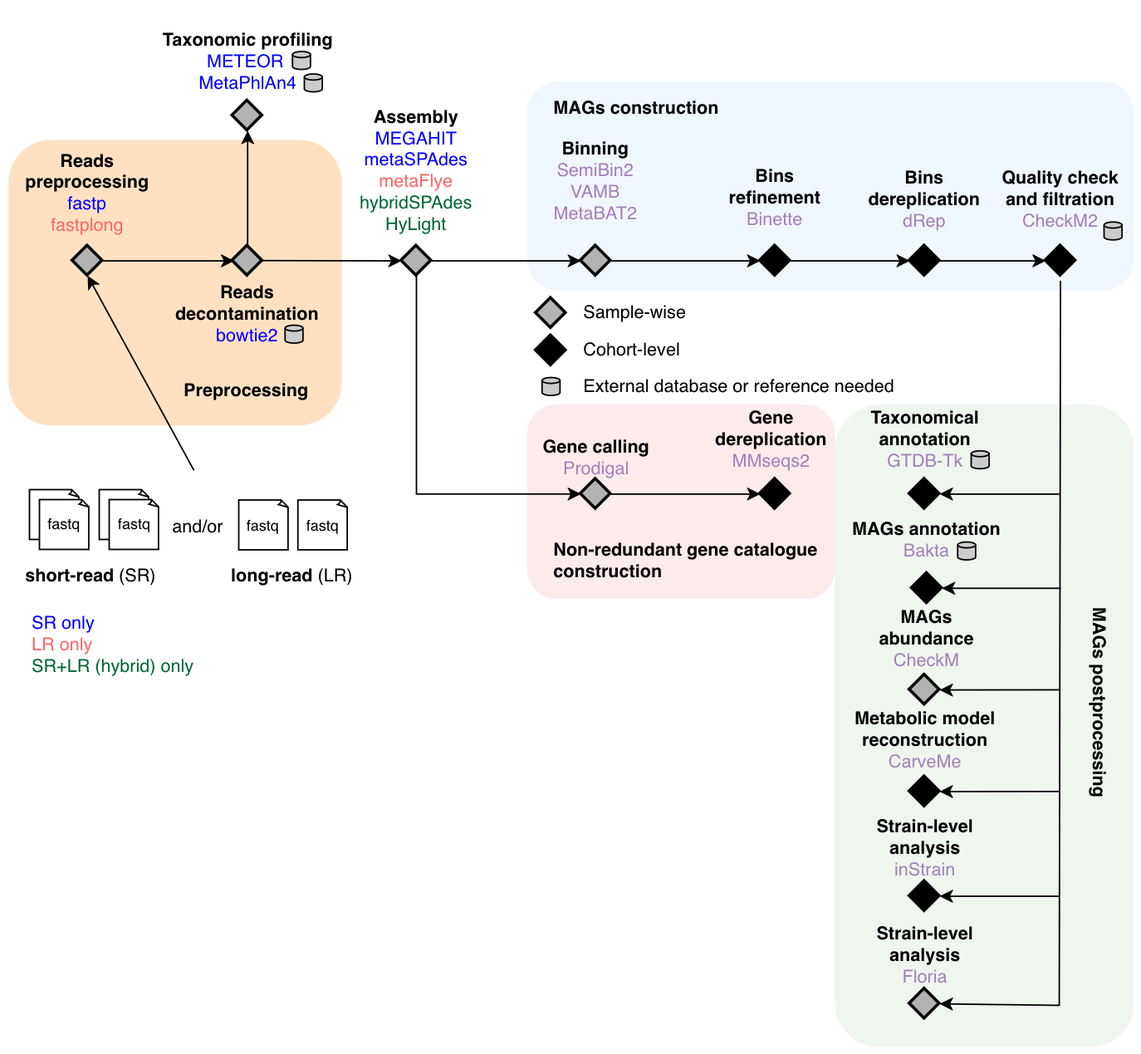
Earlier version of the draw.io export v0.1.0-pre.png (UMMISCO/strainmake). Source tidied: cells renumbered, new cells last; positions are measured from the earlier drawing's top-left corner, leaving out a move shared by most shapes.
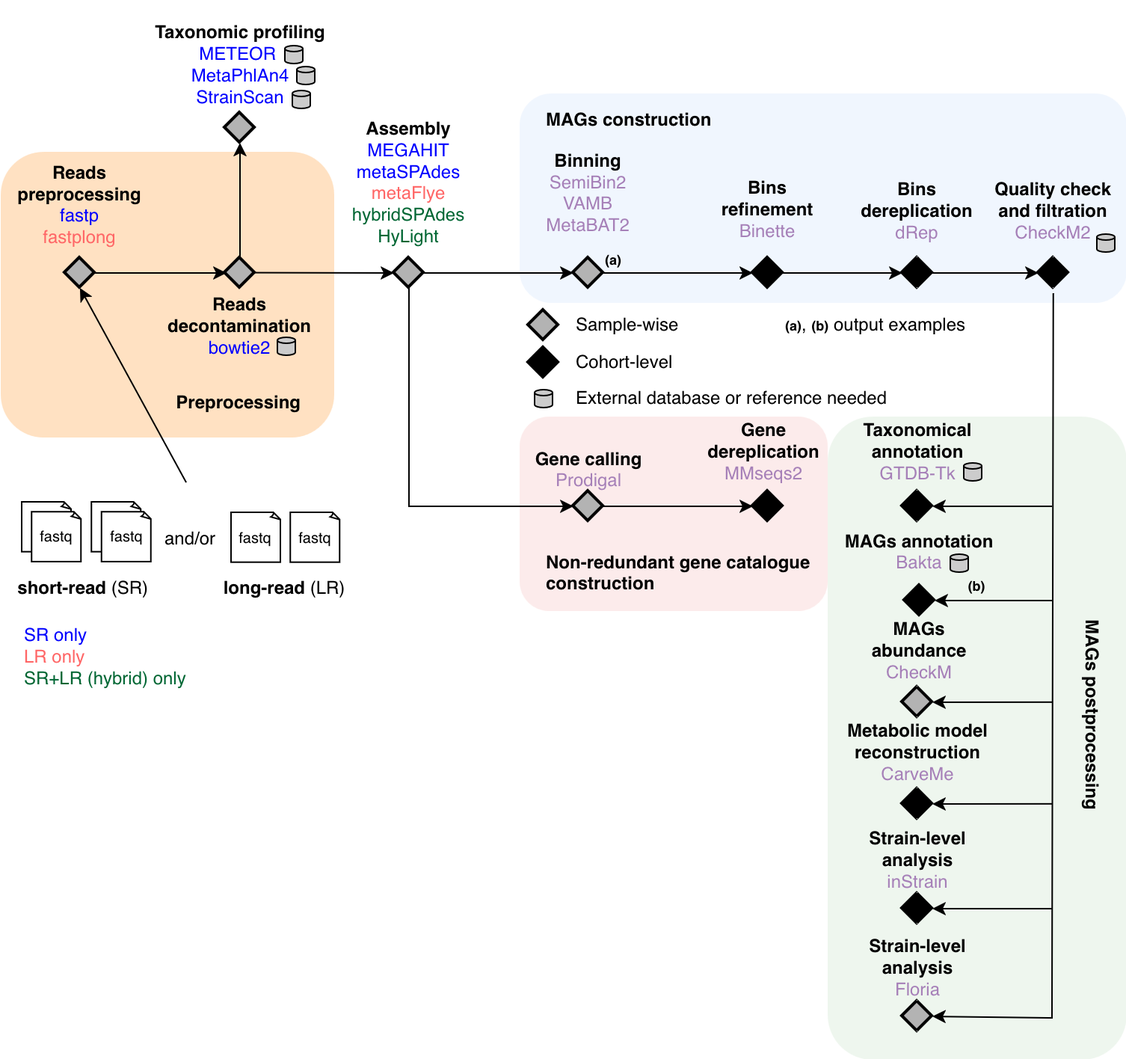
The same file after the commit.

Commit message:
Updated workflow diagram

What changed in the source:
```diff
@@ -79,8 +79,8 @@
     <mxCell id="26" style="rhombus;whiteSpace=wrap;html=1;fillColor=#B3B3B3;strokeColor=default;strokeWidth=2;" parent="1" vertex="1">
       <mxGeometry x="150" y="43" width="20" height="20" as="geometry" />
     </mxCell>
-    <mxCell id="27" value="&lt;div&gt;&lt;br&gt;&lt;/div&gt;&lt;div&gt;&lt;b&gt;&lt;span style=&quot;color: rgb(0, 0, 0);&quot;&gt;Taxonomic profiling&lt;/span&gt;&lt;/b&gt;&lt;/div&gt;&lt;div&gt;METEOR&amp;nbsp;&lt;/div&gt;&lt;div&gt;MetaPhlAn4&lt;/div&gt;" style="text;html=1;align=center;verticalAlign=middle;whiteSpace=wrap;rounded=0;fontColor=#0000FF;" parent="1" vertex="1">
-      <mxGeometry x="88.5" width="143" height="20" as="geometry" />
+    <mxCell id="27" value="&lt;div&gt;&lt;br&gt;&lt;/div&gt;&lt;div&gt;&lt;b&gt;&lt;span style=&quot;color: rgb(0, 0, 0);&quot;&gt;Taxonomic profiling&lt;/span&gt;&lt;/b&gt;&lt;/div&gt;&lt;div&gt;METEOR&amp;nbsp;&lt;/div&gt;&lt;div&gt;MetaPhlAn4&lt;/div&gt;&lt;div&gt;StrainScan&lt;/div&gt;" style="text;html=1;align=center;verticalAlign=middle;whiteSpace=wrap;rounded=0;fontColor=#0000FF;" parent="1" vertex="1">
+      <mxGeometry x="88.5" y="-6" width="143" height="20" as="geometry" />
     </mxCell>
     <mxCell id="28" style="endArrow=classic;html=1;rounded=0;exitX=1;exitY=0.5;exitDx=0;exitDy=0;entryX=0;entryY=0.5;entryDx=0;entryDy=0;" parent="1" edge="1" target="29">
       <mxGeometry relative="1" as="geometry">
@@ -210,10 +210,10 @@
       <mxGeometry x="657" y="439" width="148" height="30" as="geometry" />
     </mxCell>
     <mxCell id="67" style="strokeWidth=1;html=1;shape=mxgraph.flowchart.database;whiteSpace=wrap;fillColor=#CCCCCC;" parent="1" vertex="1">
-      <mxGeometry x="190" y="10" width="12" height="12" as="geometry" />
+      <mxGeometry x="190" y="-2" width="12" height="12" as="geometry" />
     </mxCell>
     <mxCell id="68" style="strokeWidth=1;html=1;shape=mxgraph.flowchart.database;whiteSpace=wrap;fillColor=#CCCCCC;" parent="1" vertex="1">
-      <mxGeometry x="198" y="25" width="12" height="12" as="geometry" />
+      <mxGeometry x="198" y="12" width="12" height="12" as="geometry" />
     </mxCell>
     <mxCell id="69" style="strokeWidth=1;html=1;shape=mxgraph.flowchart.database;whiteSpace=wrap;fillColor=#CCCCCC;" parent="1" vertex="1">
       <mxGeometry x="185" y="193" width="12" height="12" as="geometry" />
@@ -287,5 +287,17 @@
         <mxPoint x="703" y="575" as="sourcePoint" />
       </mxGeometry>
     </mxCell>
+    <mxCell id="88" value="&lt;b&gt;&lt;font style=&quot;font-size: 9px;&quot;&gt;(a)&lt;/font&gt;&lt;/b&gt;, &lt;b&gt;&lt;font style=&quot;font-size: 9px;&quot;&gt;(b)&lt;/font&gt;&lt;/b&gt; output examples" style="text;html=1;align=left;verticalAlign=middle;whiteSpace=wrap;rounded=0;" parent="1" vertex="1">
+      <mxGeometry x="523" y="170" width="130" height="30" as="geometry" />
+    </mxCell>
+    <mxCell id="89" value="&lt;b&gt;&lt;font style=&quot;font-size: 9px;&quot;&gt;(a)&lt;/font&gt;&lt;/b&gt;" style="text;whiteSpace=wrap;html=1;align=center;verticalAlign=middle;" parent="1" vertex="1">
+      <mxGeometry x="395" y="131" width="30" height="20" as="geometry" />
+    </mxCell>
+    <mxCell id="90" value="&lt;b&gt;&lt;font style=&quot;font-size: 9px;&quot;&gt;(b)&lt;/font&gt;&lt;/b&gt;" style="text;whiteSpace=wrap;html=1;align=center;verticalAlign=middle;" parent="1" vertex="1">
+      <mxGeometry x="638" y="349" width="30" height="20" as="geometry" />
+    </mxCell>
+    <mxCell id="91" style="strokeWidth=1;html=1;shape=mxgraph.flowchart.database;whiteSpace=wrap;fillColor=#CCCCCC;" parent="1" vertex="1">
+      <mxGeometry x="195" y="28" width="12" height="12" as="geometry" />
+    </mxCell>
   </root>
 </mxGraphModel>
```
